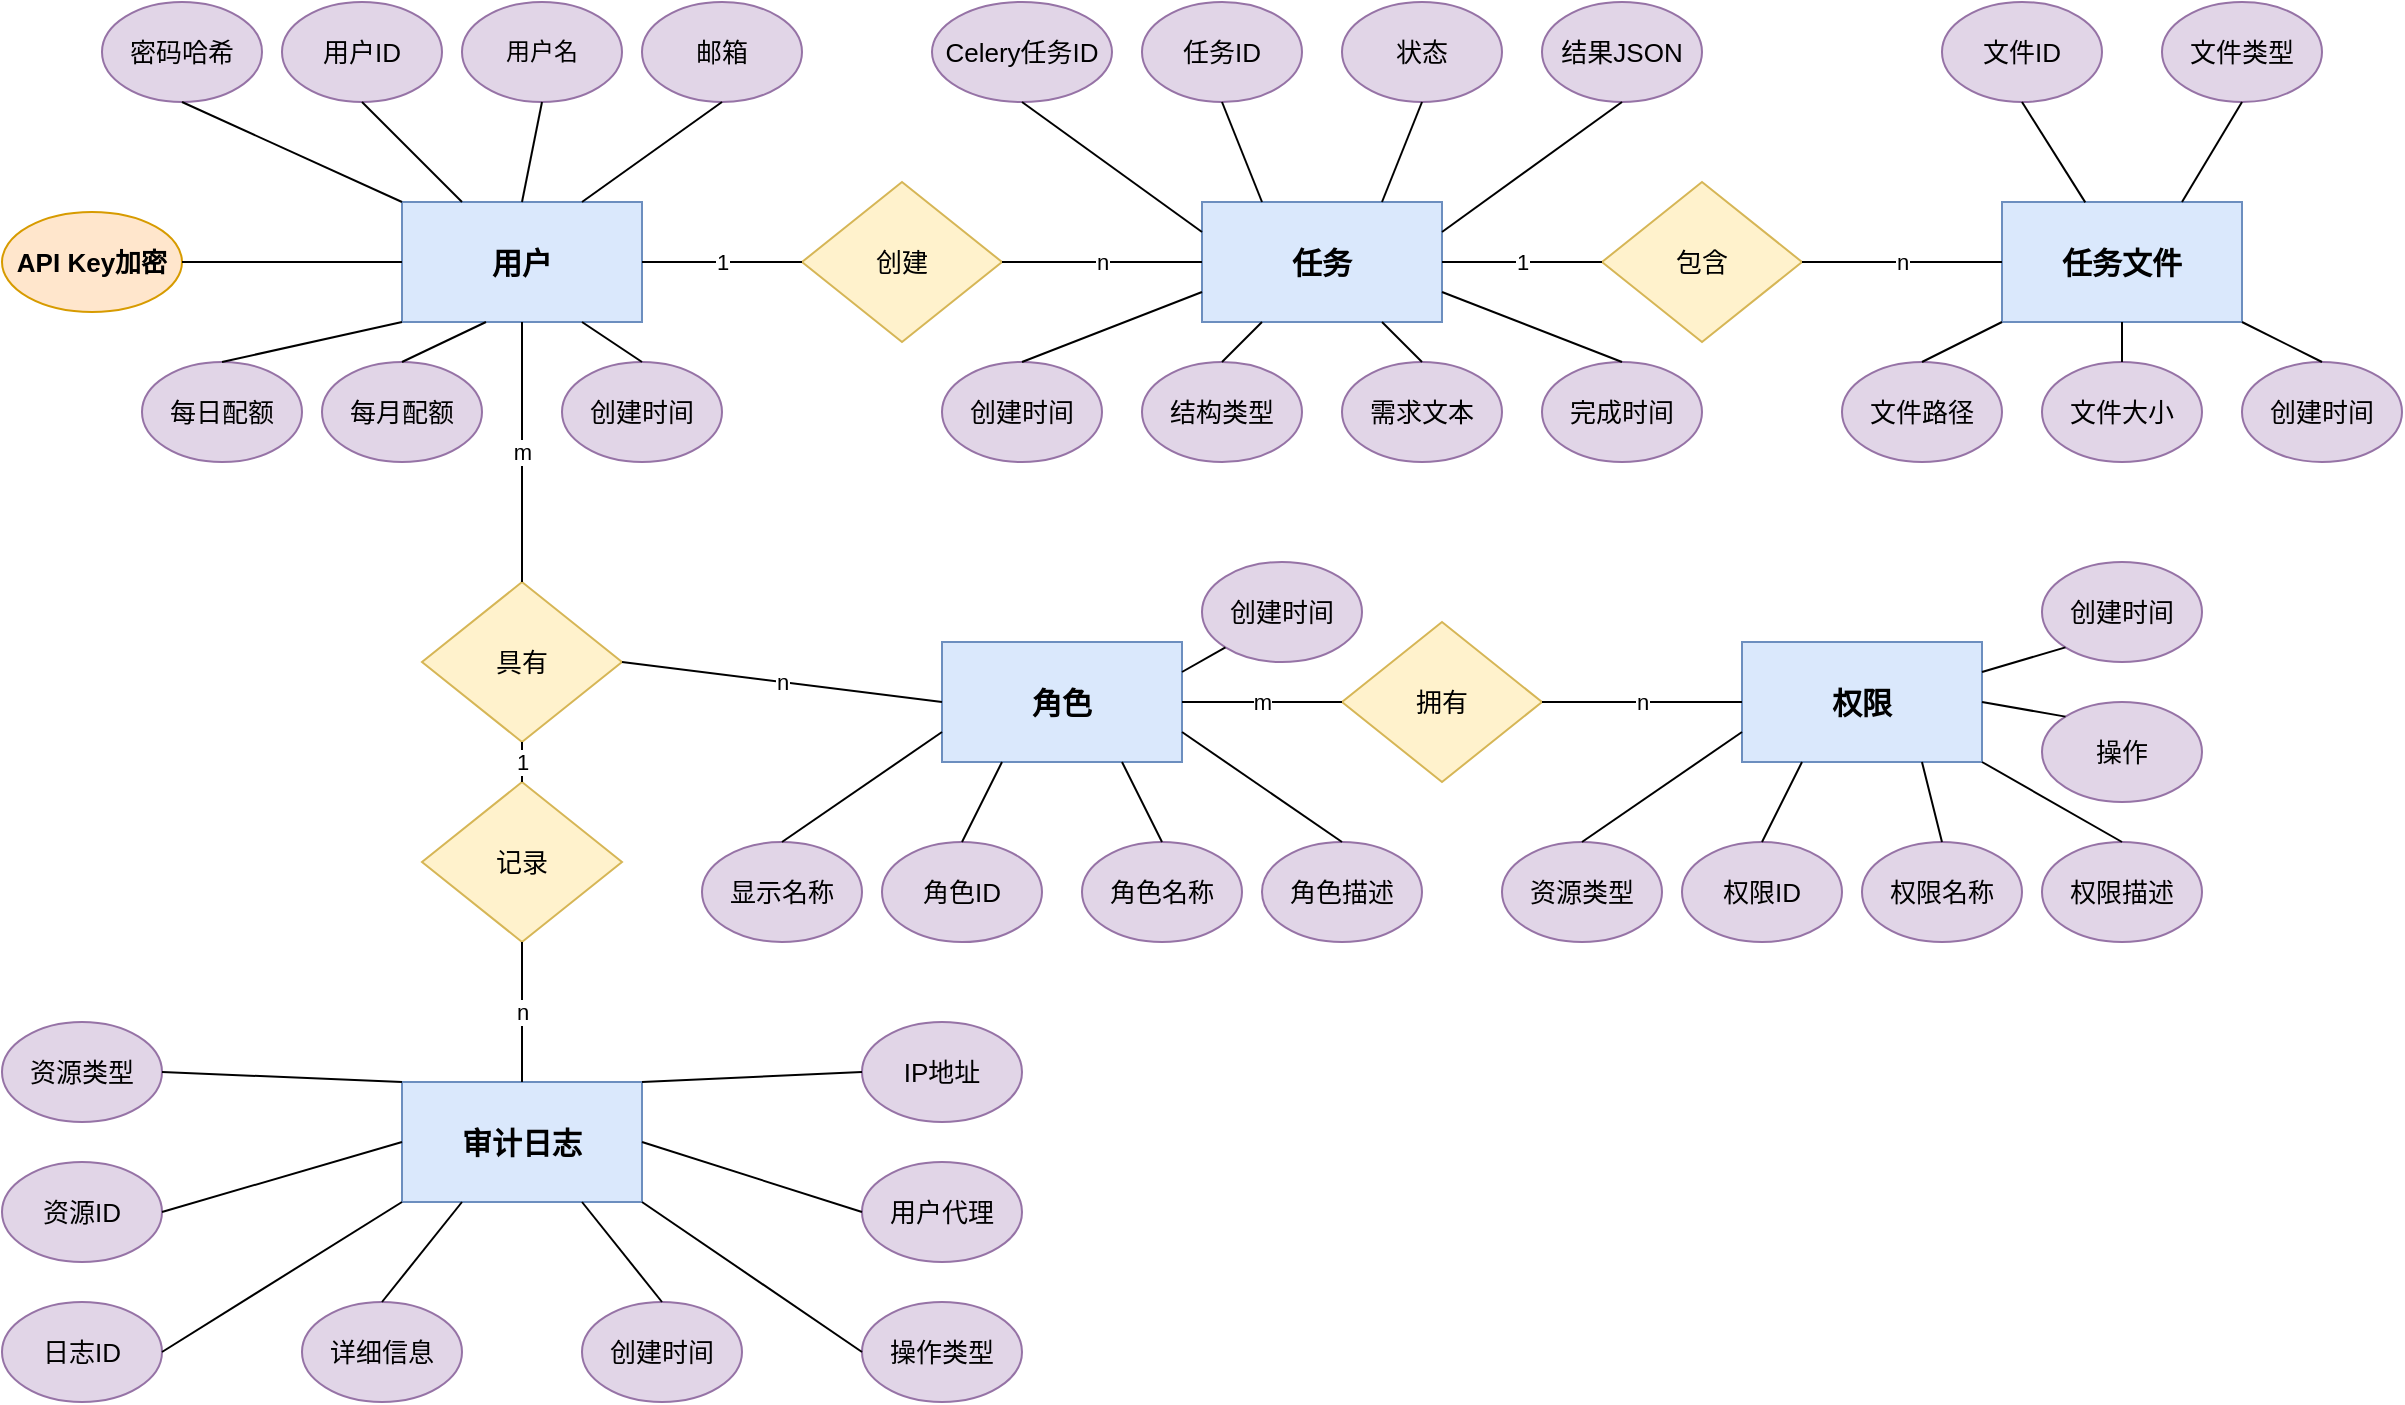
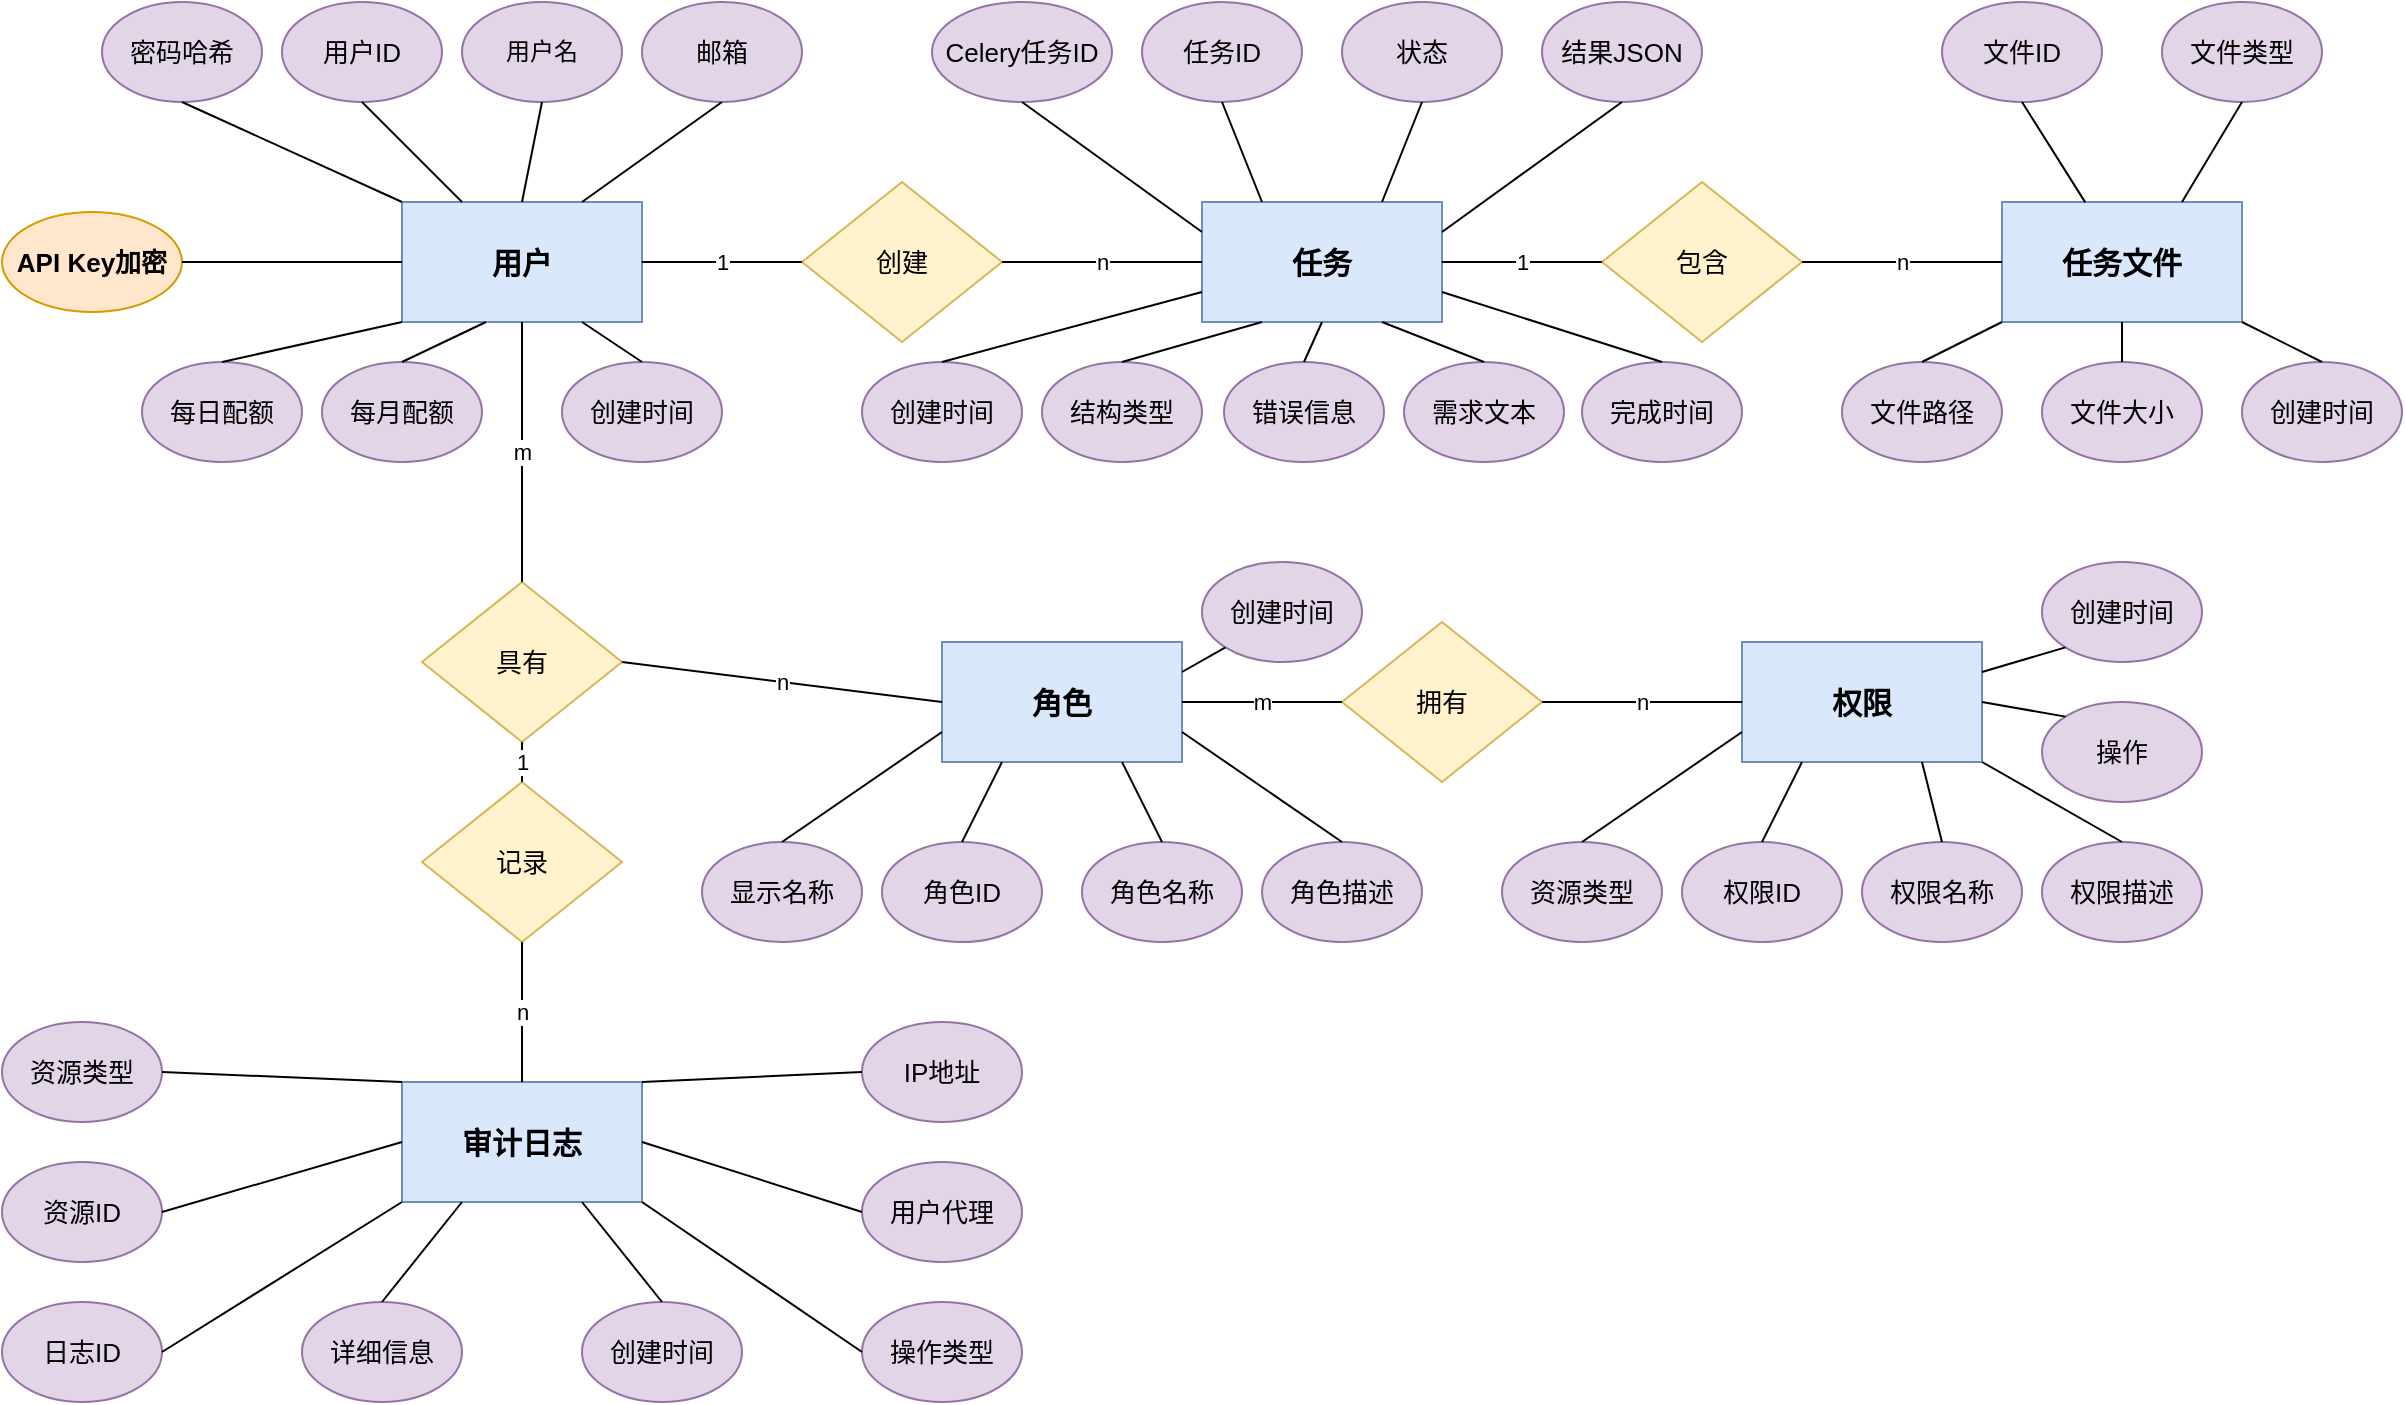
<mxfile host="app.diagrams.net" agent="Claude">
  <diagram name="数据库ER图" id="er-diagram">
-     <mxGraphModel dx="1334" dy="873" grid="0" gridSize="10" guides="1" tooltips="1" connect="1" arrows="1" fold="1" page="1" pageScale="1" pageWidth="3000" pageHeight="2000" math="0" shadow="0">
+     <mxGraphModel dx="1245" dy="817" grid="0" gridSize="10" guides="1" tooltips="1" connect="1" arrows="1" fold="1" page="1" pageScale="1" pageWidth="3000" pageHeight="2000" math="0" shadow="0">
      <root>
        <mxCell id="0" />
        <mxCell id="1" parent="0" />
        <mxCell id="entity-users" parent="1" style="rounded=0;whiteSpace=wrap;html=1;fillColor=#dae8fc;strokeColor=#6c8ebf;fontSize=14;fontStyle=1" value="&lt;font style=&quot;font-size: 15px;&quot;&gt;用户&lt;/font&gt;" vertex="1">
          <mxGeometry height="60" width="120" x="400" y="200" as="geometry" />
        </mxCell>
        <mxCell id="entity-tasks" parent="1" style="rounded=0;whiteSpace=wrap;html=1;fillColor=#dae8fc;strokeColor=#6c8ebf;fontSize=14;fontStyle=1" value="&lt;font style=&quot;font-size: 15px;&quot;&gt;任务&lt;/font&gt;" vertex="1">
          <mxGeometry height="60" width="120" x="800" y="200" as="geometry" />
        </mxCell>
        <mxCell id="entity-task-files" parent="1" style="rounded=0;whiteSpace=wrap;html=1;fillColor=#dae8fc;strokeColor=#6c8ebf;fontSize=14;fontStyle=1" value="&lt;font style=&quot;font-size: 15px;&quot;&gt;任务文件&lt;/font&gt;" vertex="1">
          <mxGeometry height="60" width="120" x="1200" y="200" as="geometry" />
        </mxCell>
        <mxCell id="entity-roles" parent="1" style="rounded=0;whiteSpace=wrap;html=1;fillColor=#dae8fc;strokeColor=#6c8ebf;fontSize=14;fontStyle=1" value="&lt;font style=&quot;font-size: 15px;&quot;&gt;角色&lt;/font&gt;" vertex="1">
          <mxGeometry height="60" width="120" x="670" y="420" as="geometry" />
        </mxCell>
        <mxCell id="entity-permissions" parent="1" style="rounded=0;whiteSpace=wrap;html=1;fillColor=#dae8fc;strokeColor=#6c8ebf;fontSize=14;fontStyle=1" value="&lt;font style=&quot;font-size: 15px;&quot;&gt;权限&lt;/font&gt;" vertex="1">
          <mxGeometry height="60" width="120" x="1070" y="420" as="geometry" />
        </mxCell>
        <mxCell id="entity-audit-logs" parent="1" style="rounded=0;whiteSpace=wrap;html=1;fillColor=#dae8fc;strokeColor=#6c8ebf;fontSize=14;fontStyle=1" value="&lt;font style=&quot;font-size: 15px;&quot;&gt;审计日志&lt;/font&gt;" vertex="1">
          <mxGeometry height="60" width="120" x="400" y="640" as="geometry" />
        </mxCell>
        <mxCell id="rel-creates" parent="1" style="rhombus;whiteSpace=wrap;html=1;fillColor=#fff2cc;strokeColor=#d6b656;fontSize=12" value="&lt;font style=&quot;font-size: 13px;&quot;&gt;创建&lt;/font&gt;" vertex="1">
          <mxGeometry height="80" width="100" x="600" y="190" as="geometry" />
        </mxCell>
        <mxCell id="edge-user-creates" edge="1" parent="1" source="entity-users" style="endArrow=none;html=1;rounded=0;exitX=1;exitY=0.5;exitDx=0;exitDy=0;entryX=0;entryY=0.5;entryDx=0;entryDy=0;" target="rel-creates" value="1">
          <mxGeometry relative="1" as="geometry" />
        </mxCell>
        <mxCell id="edge-creates-task" edge="1" parent="1" source="rel-creates" style="endArrow=none;html=1;rounded=0;exitX=1;exitY=0.5;exitDx=0;exitDy=0;entryX=0;entryY=0.5;entryDx=0;entryDy=0;" target="entity-tasks" value="n">
          <mxGeometry relative="1" as="geometry" />
        </mxCell>
        <mxCell id="rel-contains" parent="1" style="rhombus;whiteSpace=wrap;html=1;fillColor=#fff2cc;strokeColor=#d6b656;fontSize=12" value="&lt;font style=&quot;font-size: 13px;&quot;&gt;包含&lt;/font&gt;" vertex="1">
          <mxGeometry height="80" width="100" x="1000" y="190" as="geometry" />
        </mxCell>
        <mxCell id="edge-task-contains" edge="1" parent="1" source="entity-tasks" style="endArrow=none;html=1;rounded=0;exitX=1;exitY=0.5;exitDx=0;exitDy=0;entryX=0;entryY=0.5;entryDx=0;entryDy=0;" target="rel-contains" value="1">
          <mxGeometry relative="1" as="geometry" />
        </mxCell>
        <mxCell id="edge-contains-file" edge="1" parent="1" source="rel-contains" style="endArrow=none;html=1;rounded=0;exitX=1;exitY=0.5;exitDx=0;exitDy=0;entryX=0;entryY=0.5;entryDx=0;entryDy=0;" target="entity-task-files" value="n">
          <mxGeometry relative="1" as="geometry" />
        </mxCell>
        <mxCell id="rel-has-role" parent="1" style="rhombus;whiteSpace=wrap;html=1;fillColor=#fff2cc;strokeColor=#d6b656;fontSize=12" value="&lt;font style=&quot;font-size: 13px;&quot;&gt;具有&lt;/font&gt;" vertex="1">
          <mxGeometry height="80" width="100" x="410" y="390" as="geometry" />
        </mxCell>
        <mxCell id="edge-user-has-role" edge="1" parent="1" source="entity-users" style="endArrow=none;html=1;rounded=0;exitX=0.5;exitY=1;exitDx=0;exitDy=0;entryX=0.5;entryY=0;entryDx=0;entryDy=0;" target="rel-has-role" value="m">
          <mxGeometry relative="1" as="geometry" />
        </mxCell>
        <mxCell id="edge-has-role-role" edge="1" parent="1" source="rel-has-role" style="endArrow=none;html=1;rounded=0;exitX=1;exitY=0.5;exitDx=0;exitDy=0;entryX=0;entryY=0.5;entryDx=0;entryDy=0;" target="entity-roles" value="n">
          <mxGeometry relative="1" as="geometry" />
        </mxCell>
        <mxCell id="rel-has-perm" parent="1" style="rhombus;whiteSpace=wrap;html=1;fillColor=#fff2cc;strokeColor=#d6b656;fontSize=12" value="&lt;font style=&quot;font-size: 13px;&quot;&gt;拥有&lt;/font&gt;" vertex="1">
          <mxGeometry height="80" width="100" x="870" y="410" as="geometry" />
        </mxCell>
        <mxCell id="edge-role-has-perm" edge="1" parent="1" source="entity-roles" style="endArrow=none;html=1;rounded=0;exitX=1;exitY=0.5;exitDx=0;exitDy=0;entryX=0;entryY=0.5;entryDx=0;entryDy=0;" target="rel-has-perm" value="m">
          <mxGeometry relative="1" as="geometry" />
        </mxCell>
        <mxCell id="edge-has-perm-perm" edge="1" parent="1" source="rel-has-perm" style="endArrow=none;html=1;rounded=0;exitX=1;exitY=0.5;exitDx=0;exitDy=0;entryX=0;entryY=0.5;entryDx=0;entryDy=0;" target="entity-permissions" value="n">
          <mxGeometry relative="1" as="geometry" />
        </mxCell>
        <mxCell id="rel-logs" parent="1" style="rhombus;whiteSpace=wrap;html=1;fillColor=#fff2cc;strokeColor=#d6b656;fontSize=12" value="&lt;font style=&quot;font-size: 13px;&quot;&gt;记录&lt;/font&gt;" vertex="1">
          <mxGeometry height="80" width="100" x="410" y="490" as="geometry" />
        </mxCell>
        <mxCell id="edge-user-logs" edge="1" parent="1" source="rel-has-role" style="endArrow=none;html=1;rounded=0;exitX=0.5;exitY=1;exitDx=0;exitDy=0;entryX=0.5;entryY=0;entryDx=0;entryDy=0;" target="rel-logs" value="1">
          <mxGeometry relative="1" as="geometry">
            <mxPoint x="460" y="470" as="sourcePoint" />
          </mxGeometry>
        </mxCell>
        <mxCell id="edge-logs-audit" edge="1" parent="1" source="rel-logs" style="endArrow=none;html=1;rounded=0;exitX=0.5;exitY=1;exitDx=0;exitDy=0;entryX=0.5;entryY=0;entryDx=0;entryDy=0;" target="entity-audit-logs" value="n">
          <mxGeometry relative="1" as="geometry" />
        </mxCell>
        <mxCell id="attr-user-id" parent="1" style="ellipse;whiteSpace=wrap;html=1;fillColor=#e1d5e7;strokeColor=#9673a6;fontSize=10" value="&lt;font style=&quot;font-size: 13px;&quot;&gt;用户ID&lt;/font&gt;" vertex="1">
          <mxGeometry height="50" width="80" x="340" y="100" as="geometry" />
        </mxCell>
        <mxCell id="edge-user-id" edge="1" parent="1" source="attr-user-id" style="endArrow=none;html=1;rounded=0;exitX=0.5;exitY=1;exitDx=0;exitDy=0;entryX=0.25;entryY=0;entryDx=0;entryDy=0;" target="entity-users">
          <mxGeometry relative="1" as="geometry" />
        </mxCell>
        <mxCell id="attr-username" parent="1" style="ellipse;whiteSpace=wrap;html=1;fillColor=#e1d5e7;strokeColor=#9673a6;fontSize=10" value="&lt;font style=&quot;font-size: 12px;&quot;&gt;用户名&lt;/font&gt;" vertex="1">
          <mxGeometry height="50" width="80" x="430" y="100" as="geometry" />
        </mxCell>
        <mxCell id="edge-username" edge="1" parent="1" source="attr-username" style="endArrow=none;html=1;rounded=0;exitX=0.5;exitY=1;exitDx=0;exitDy=0;entryX=0.5;entryY=0;entryDx=0;entryDy=0;" target="entity-users">
          <mxGeometry relative="1" as="geometry" />
        </mxCell>
        <mxCell id="attr-email" parent="1" style="ellipse;whiteSpace=wrap;html=1;fillColor=#e1d5e7;strokeColor=#9673a6;fontSize=10" value="&lt;font style=&quot;font-size: 13px;&quot;&gt;邮箱&lt;/font&gt;" vertex="1">
          <mxGeometry height="50" width="80" x="520" y="100" as="geometry" />
        </mxCell>
        <mxCell id="edge-email" edge="1" parent="1" source="attr-email" style="endArrow=none;html=1;rounded=0;exitX=0.5;exitY=1;exitDx=0;exitDy=0;entryX=0.75;entryY=0;entryDx=0;entryDy=0;" target="entity-users">
          <mxGeometry relative="1" as="geometry" />
        </mxCell>
        <mxCell id="attr-password" parent="1" style="ellipse;whiteSpace=wrap;html=1;fillColor=#e1d5e7;strokeColor=#9673a6;fontSize=10" value="&lt;font style=&quot;font-size: 13px;&quot;&gt;密码哈希&lt;/font&gt;" vertex="1">
          <mxGeometry height="50" width="80" x="250" y="100" as="geometry" />
        </mxCell>
        <mxCell id="edge-password" edge="1" parent="1" source="attr-password" style="endArrow=none;html=1;rounded=0;exitX=0.5;exitY=1;exitDx=0;exitDy=0;entryX=0;entryY=0;entryDx=0;entryDy=0;" target="entity-users">
          <mxGeometry relative="1" as="geometry" />
        </mxCell>
        <mxCell id="attr-api-key" parent="1" style="ellipse;whiteSpace=wrap;html=1;fillColor=#ffe6cc;strokeColor=#d79b00;fontSize=10;fontStyle=1" value="&lt;font style=&quot;font-size: 13px;&quot;&gt;API Key加密&lt;/font&gt;" vertex="1">
          <mxGeometry height="50" width="90" x="200" y="205" as="geometry" />
        </mxCell>
        <mxCell id="edge-api-key" edge="1" parent="1" source="attr-api-key" style="endArrow=none;html=1;rounded=0;exitX=1;exitY=0.5;exitDx=0;exitDy=0;entryX=0;entryY=0.5;entryDx=0;entryDy=0;" target="entity-users">
          <mxGeometry relative="1" as="geometry" />
        </mxCell>
        <mxCell id="attr-user-created" parent="1" style="ellipse;whiteSpace=wrap;html=1;fillColor=#e1d5e7;strokeColor=#9673a6;fontSize=10" value="&lt;font style=&quot;font-size: 13px;&quot;&gt;创建时间&lt;/font&gt;" vertex="1">
          <mxGeometry height="50" width="80" x="480" y="280" as="geometry" />
        </mxCell>
        <mxCell id="edge-user-created" edge="1" parent="1" source="attr-user-created" style="endArrow=none;html=1;rounded=0;exitX=0.5;exitY=0;exitDx=0;exitDy=0;entryX=0.75;entryY=1;entryDx=0;entryDy=0;" target="entity-users">
          <mxGeometry relative="1" as="geometry" />
        </mxCell>
        <mxCell id="attr-quota-daily" parent="1" style="ellipse;whiteSpace=wrap;html=1;fillColor=#e1d5e7;strokeColor=#9673a6;fontSize=10;align=center;verticalAlign=middle;fontFamily=Helvetica;fontColor=default;" value="&lt;font style=&quot;font-size: 13px;&quot;&gt;每日配额&lt;/font&gt;" vertex="1">
          <mxGeometry height="50" width="80" x="270" y="280" as="geometry" />
        </mxCell>
        <mxCell id="edge-quota-daily" edge="1" parent="1" source="attr-quota-daily" style="endArrow=none;html=1;rounded=0;exitX=0.5;exitY=0;exitDx=0;exitDy=0;">
          <mxGeometry relative="1" as="geometry">
            <mxPoint x="400" y="260" as="targetPoint" />
          </mxGeometry>
        </mxCell>
        <mxCell id="attr-quota-monthly" parent="1" style="ellipse;whiteSpace=wrap;html=1;fillColor=#e1d5e7;strokeColor=#9673a6;fontSize=10;fontFamily=Helvetica;fontColor=default;fontStyle=0;align=center;verticalAlign=middle;" value="&lt;font style=&quot;font-size: 13px;&quot;&gt;每月配额&lt;/font&gt;" vertex="1">
          <mxGeometry height="50" width="80" x="360" y="280" as="geometry" />
        </mxCell>
        <mxCell id="edge-quota-monthly" edge="1" parent="1" source="attr-quota-monthly" style="endArrow=none;html=1;rounded=0;exitX=0.5;exitY=0;exitDx=0;exitDy=0;entryX=0.35;entryY=1;entryDx=0;entryDy=0;" target="entity-users">
          <mxGeometry relative="1" as="geometry" />
        </mxCell>
        <mxCell id="attr-celery-id" parent="1" style="ellipse;whiteSpace=wrap;html=1;fillColor=#e1d5e7;strokeColor=#9673a6;fontSize=10;fontFamily=Helvetica;fontColor=default;fontStyle=0;align=center;verticalAlign=middle;" value="&lt;font style=&quot;font-size: 13px;&quot;&gt;Celery任务ID&lt;/font&gt;" vertex="1">
          <mxGeometry height="50" width="90" x="665" y="100" as="geometry" />
        </mxCell>
        <mxCell id="edge-celery-id" edge="1" parent="1" source="attr-celery-id" style="endArrow=none;html=1;rounded=0;exitX=0.5;exitY=1;exitDx=0;exitDy=0;entryX=0;entryY=0.25;entryDx=0;entryDy=0;" target="entity-tasks">
          <mxGeometry relative="1" as="geometry" />
        </mxCell>
        <mxCell id="attr-task-created" parent="1" style="ellipse;whiteSpace=wrap;html=1;fillColor=#e1d5e7;strokeColor=#9673a6;fontSize=10" value="&lt;font style=&quot;font-size: 13px;&quot;&gt;创建时间&lt;/font&gt;" vertex="1">
-           <mxGeometry height="50" width="80" x="670" y="280" as="geometry" />
+           <mxGeometry height="50" width="80" x="630" y="280" as="geometry" />
        </mxCell>
        <mxCell id="edge-task-created" edge="1" parent="1" source="attr-task-created" style="endArrow=none;html=1;rounded=0;exitX=0.5;exitY=0;exitDx=0;exitDy=0;entryX=0;entryY=0.75;entryDx=0;entryDy=0;" target="entity-tasks">
          <mxGeometry relative="1" as="geometry" />
        </mxCell>
        <mxCell id="attr-completed-at" parent="1" style="ellipse;whiteSpace=wrap;html=1;fillColor=#e1d5e7;strokeColor=#9673a6;fontSize=10" value="&lt;font style=&quot;font-size: 13px;&quot;&gt;完成时间&lt;/font&gt;" vertex="1">
-           <mxGeometry height="50" width="80" x="970" y="280" as="geometry" />
+           <mxGeometry height="50" width="80" x="990" y="280" as="geometry" />
        </mxCell>
        <mxCell id="edge-completed-at" edge="1" parent="1" source="attr-completed-at" style="endArrow=none;html=1;rounded=0;exitX=0.5;exitY=0;exitDx=0;exitDy=0;entryX=1;entryY=0.75;entryDx=0;entryDy=0;" target="entity-tasks">
          <mxGeometry relative="1" as="geometry" />
        </mxCell>
        <mxCell id="attr-result-json" parent="1" style="ellipse;whiteSpace=wrap;html=1;fillColor=#e1d5e7;strokeColor=#9673a6;fontSize=10" value="&lt;font style=&quot;font-size: 13px;&quot;&gt;结果JSON&lt;/font&gt;" vertex="1">
          <mxGeometry height="50" width="80" x="970" y="100" as="geometry" />
        </mxCell>
        <mxCell id="edge-result-json" edge="1" parent="1" source="attr-result-json" style="endArrow=none;html=1;rounded=0;exitX=0.5;exitY=1;exitDx=0;exitDy=0;entryX=1;entryY=0.25;entryDx=0;entryDy=0;" target="entity-tasks">
          <mxGeometry relative="1" as="geometry" />
        </mxCell>
        <mxCell id="attr-file-created" parent="1" style="ellipse;whiteSpace=wrap;html=1;fillColor=#e1d5e7;strokeColor=#9673a6;fontSize=10" value="&lt;font style=&quot;font-size: 13px;&quot;&gt;创建时间&lt;/font&gt;" vertex="1">
          <mxGeometry height="50" width="80" x="1320" y="280" as="geometry" />
        </mxCell>
        <mxCell id="edge-file-created" edge="1" parent="1" source="attr-file-created" style="endArrow=none;html=1;rounded=0;exitX=0.5;exitY=0;exitDx=0;exitDy=0;entryX=1;entryY=1;entryDx=0;entryDy=0;" target="entity-task-files">
          <mxGeometry relative="1" as="geometry" />
        </mxCell>
        <mxCell id="attr-role-display" parent="1" style="ellipse;whiteSpace=wrap;html=1;fillColor=#e1d5e7;strokeColor=#9673a6;fontSize=10" value="&lt;font style=&quot;font-size: 13px;&quot;&gt;显示名称&lt;/font&gt;" vertex="1">
          <mxGeometry height="50" width="80" x="550" y="520" as="geometry" />
        </mxCell>
        <mxCell id="edge-role-display" edge="1" parent="1" source="attr-role-display" style="endArrow=none;html=1;rounded=0;exitX=0.5;exitY=0;exitDx=0;exitDy=0;entryX=0;entryY=0.75;entryDx=0;entryDy=0;" target="entity-roles">
          <mxGeometry relative="1" as="geometry" />
        </mxCell>
        <mxCell id="attr-role-desc" parent="1" style="ellipse;whiteSpace=wrap;html=1;fillColor=#e1d5e7;strokeColor=#9673a6;fontSize=10" value="&lt;font style=&quot;font-size: 13px;&quot;&gt;角色描述&lt;/font&gt;" vertex="1">
          <mxGeometry height="50" width="80" x="830" y="520" as="geometry" />
        </mxCell>
        <mxCell id="edge-role-desc" edge="1" parent="1" source="attr-role-desc" style="endArrow=none;html=1;rounded=0;exitX=0.5;exitY=0;exitDx=0;exitDy=0;entryX=1;entryY=0.75;entryDx=0;entryDy=0;" target="entity-roles">
          <mxGeometry relative="1" as="geometry" />
        </mxCell>
        <mxCell id="attr-role-created" parent="1" style="ellipse;whiteSpace=wrap;html=1;fillColor=#e1d5e7;strokeColor=#9673a6;fontSize=10" value="&lt;font style=&quot;font-size: 13px;&quot;&gt;创建时间&lt;/font&gt;" vertex="1">
          <mxGeometry height="50" width="80" x="800" y="380" as="geometry" />
        </mxCell>
        <mxCell id="edge-role-created" edge="1" parent="1" source="attr-role-created" style="endArrow=none;html=1;rounded=0;exitX=0;exitY=1;exitDx=0;exitDy=0;entryX=1;entryY=0.25;entryDx=0;entryDy=0;" target="entity-roles">
          <mxGeometry relative="1" as="geometry" />
        </mxCell>
        <mxCell id="attr-perm-resource" parent="1" style="ellipse;whiteSpace=wrap;html=1;fillColor=#e1d5e7;strokeColor=#9673a6;fontSize=10" value="&lt;font style=&quot;font-size: 13px;&quot;&gt;资源类型&lt;/font&gt;" vertex="1">
          <mxGeometry height="50" width="80" x="950" y="520" as="geometry" />
        </mxCell>
        <mxCell id="edge-perm-resource" edge="1" parent="1" source="attr-perm-resource" style="endArrow=none;html=1;rounded=0;exitX=0.5;exitY=0;exitDx=0;exitDy=0;entryX=0;entryY=0.75;entryDx=0;entryDy=0;" target="entity-permissions">
          <mxGeometry relative="1" as="geometry" />
        </mxCell>
        <mxCell id="attr-perm-desc" parent="1" style="ellipse;whiteSpace=wrap;html=1;fillColor=#e1d5e7;strokeColor=#9673a6;fontSize=10" value="&lt;font style=&quot;font-size: 13px;&quot;&gt;权限描述&lt;/font&gt;" vertex="1">
          <mxGeometry height="50" width="80" x="1220" y="520" as="geometry" />
        </mxCell>
        <mxCell id="edge-perm-desc" edge="1" parent="1" source="attr-perm-desc" style="endArrow=none;html=1;rounded=0;exitX=0.5;exitY=0;exitDx=0;exitDy=0;entryX=1;entryY=1;entryDx=0;entryDy=0;" target="entity-permissions">
          <mxGeometry relative="1" as="geometry" />
        </mxCell>
        <mxCell id="attr-perm-created" parent="1" style="ellipse;whiteSpace=wrap;html=1;fillColor=#e1d5e7;strokeColor=#9673a6;fontSize=10" value="&lt;font style=&quot;font-size: 13px;&quot;&gt;创建时间&lt;/font&gt;" vertex="1">
          <mxGeometry height="50" width="80" x="1220" y="380" as="geometry" />
        </mxCell>
        <mxCell id="edge-perm-created" edge="1" parent="1" source="attr-perm-created" style="endArrow=none;html=1;rounded=0;exitX=0;exitY=1;exitDx=0;exitDy=0;entryX=1;entryY=0.25;entryDx=0;entryDy=0;" target="entity-permissions">
          <mxGeometry relative="1" as="geometry" />
        </mxCell>
        <mxCell id="attr-perm-action" parent="1" style="ellipse;whiteSpace=wrap;html=1;fillColor=#e1d5e7;strokeColor=#9673a6;fontSize=10" value="&lt;font style=&quot;font-size: 13px;&quot;&gt;操作&lt;/font&gt;" vertex="1">
          <mxGeometry height="50" width="80" x="1220" y="450" as="geometry" />
        </mxCell>
        <mxCell id="edge-perm-action" edge="1" parent="1" source="attr-perm-action" style="endArrow=none;html=1;rounded=0;exitX=0;exitY=0;exitDx=0;exitDy=0;entryX=1;entryY=0.5;entryDx=0;entryDy=0;" target="entity-permissions">
          <mxGeometry relative="1" as="geometry" />
        </mxCell>
        <mxCell id="attr-log-resource-id" parent="1" style="ellipse;whiteSpace=wrap;html=1;fillColor=#e1d5e7;strokeColor=#9673a6;fontSize=10" value="&lt;font style=&quot;font-size: 13px;&quot;&gt;资源ID&lt;/font&gt;" vertex="1">
          <mxGeometry height="50" width="80" x="200" y="680" as="geometry" />
        </mxCell>
        <mxCell id="edge-log-resource-id" edge="1" parent="1" source="attr-log-resource-id" style="endArrow=none;html=1;rounded=0;exitX=1;exitY=0.5;exitDx=0;exitDy=0;entryX=0;entryY=0.5;entryDx=0;entryDy=0;" target="entity-audit-logs">
          <mxGeometry relative="1" as="geometry" />
        </mxCell>
        <mxCell id="attr-log-user-agent" parent="1" style="ellipse;whiteSpace=wrap;html=1;fillColor=#e1d5e7;strokeColor=#9673a6;fontSize=10" value="&lt;font style=&quot;font-size: 13px;&quot;&gt;用户代理&lt;/font&gt;" vertex="1">
          <mxGeometry height="50" width="80" x="630" y="680" as="geometry" />
        </mxCell>
        <mxCell id="edge-log-user-agent" edge="1" parent="1" source="attr-log-user-agent" style="endArrow=none;html=1;rounded=0;exitX=0;exitY=0.5;exitDx=0;exitDy=0;entryX=1;entryY=0.5;entryDx=0;entryDy=0;" target="entity-audit-logs">
          <mxGeometry relative="1" as="geometry" />
        </mxCell>
        <mxCell id="attr-log-details" parent="1" style="ellipse;whiteSpace=wrap;html=1;fillColor=#e1d5e7;strokeColor=#9673a6;fontSize=10" value="&lt;font style=&quot;font-size: 13px;&quot;&gt;详细信息&lt;/font&gt;" vertex="1">
          <mxGeometry height="50" width="80" x="350" y="750" as="geometry" />
        </mxCell>
        <mxCell id="edge-log-details" edge="1" parent="1" source="attr-log-details" style="endArrow=none;html=1;rounded=0;exitX=0.5;exitY=0;exitDx=0;exitDy=0;entryX=0.25;entryY=1;entryDx=0;entryDy=0;" target="entity-audit-logs">
          <mxGeometry relative="1" as="geometry" />
        </mxCell>
        <mxCell id="attr-log-created" parent="1" style="ellipse;whiteSpace=wrap;html=1;fillColor=#e1d5e7;strokeColor=#9673a6;fontSize=10" value="&lt;font style=&quot;font-size: 13px;&quot;&gt;创建时间&lt;/font&gt;" vertex="1">
          <mxGeometry height="50" width="80" x="490" y="750" as="geometry" />
        </mxCell>
        <mxCell id="edge-log-created" edge="1" parent="1" source="attr-log-created" style="endArrow=none;html=1;rounded=0;exitX=0.5;exitY=0;exitDx=0;exitDy=0;entryX=0.75;entryY=1;entryDx=0;entryDy=0;" target="entity-audit-logs">
          <mxGeometry relative="1" as="geometry" />
        </mxCell>
        <mxCell id="attr-log-resource" parent="1" style="ellipse;whiteSpace=wrap;html=1;fillColor=#e1d5e7;strokeColor=#9673a6;fontSize=10" value="&lt;font style=&quot;font-size: 13px;&quot;&gt;资源类型&lt;/font&gt;" vertex="1">
          <mxGeometry height="50" width="80" x="200" y="610" as="geometry" />
        </mxCell>
        <mxCell id="edge-log-resource" edge="1" parent="1" source="attr-log-resource" style="endArrow=none;html=1;rounded=0;exitX=1;exitY=0.5;exitDx=0;exitDy=0;entryX=0;entryY=0;entryDx=0;entryDy=0;" target="entity-audit-logs">
          <mxGeometry relative="1" as="geometry" />
        </mxCell>
        <mxCell id="attr-log-ip" parent="1" style="ellipse;whiteSpace=wrap;html=1;fillColor=#e1d5e7;strokeColor=#9673a6;fontSize=10" value="&lt;font style=&quot;font-size: 13px;&quot;&gt;IP地址&lt;/font&gt;" vertex="1">
          <mxGeometry height="50" width="80" x="630" y="610" as="geometry" />
        </mxCell>
        <mxCell id="edge-log-ip" edge="1" parent="1" source="attr-log-ip" style="endArrow=none;html=1;rounded=0;exitX=0;exitY=0.5;exitDx=0;exitDy=0;entryX=1;entryY=0;entryDx=0;entryDy=0;" target="entity-audit-logs">
          <mxGeometry relative="1" as="geometry" />
        </mxCell>
        <mxCell id="attr-task-id" parent="1" style="ellipse;whiteSpace=wrap;html=1;fillColor=#e1d5e7;strokeColor=#9673a6;fontSize=10" value="&lt;font style=&quot;font-size: 13px;&quot;&gt;任务ID&lt;/font&gt;" vertex="1">
          <mxGeometry height="50" width="80" x="770" y="100" as="geometry" />
        </mxCell>
        <mxCell id="edge-task-id" edge="1" parent="1" source="attr-task-id" style="endArrow=none;html=1;rounded=0;exitX=0.5;exitY=1;exitDx=0;exitDy=0;entryX=0.25;entryY=0;entryDx=0;entryDy=0;" target="entity-tasks">
          <mxGeometry relative="1" as="geometry" />
        </mxCell>
        <mxCell id="attr-status" parent="1" style="ellipse;whiteSpace=wrap;html=1;fillColor=#e1d5e7;strokeColor=#9673a6;fontSize=10" value="&lt;font style=&quot;font-size: 13px;&quot;&gt;状态&lt;/font&gt;" vertex="1">
          <mxGeometry height="50" width="80" x="870" y="100" as="geometry" />
        </mxCell>
        <mxCell id="edge-status" edge="1" parent="1" source="attr-status" style="endArrow=none;html=1;rounded=0;exitX=0.5;exitY=1;exitDx=0;exitDy=0;entryX=0.75;entryY=0;entryDx=0;entryDy=0;" target="entity-tasks">
          <mxGeometry relative="1" as="geometry" />
        </mxCell>
        <mxCell id="attr-structure-type" parent="1" style="ellipse;whiteSpace=wrap;html=1;fillColor=#e1d5e7;strokeColor=#9673a6;fontSize=10" value="&lt;font style=&quot;font-size: 13px;&quot;&gt;结构类型&lt;/font&gt;" vertex="1">
-           <mxGeometry height="50" width="80" x="770" y="280" as="geometry" />
+           <mxGeometry height="50" width="80" x="720" y="280" as="geometry" />
        </mxCell>
        <mxCell id="edge-structure-type" edge="1" parent="1" source="attr-structure-type" style="endArrow=none;html=1;rounded=0;exitX=0.5;exitY=0;exitDx=0;exitDy=0;entryX=0.25;entryY=1;entryDx=0;entryDy=0;" target="entity-tasks">
          <mxGeometry relative="1" as="geometry" />
        </mxCell>
        <mxCell id="attr-request-text" parent="1" style="ellipse;whiteSpace=wrap;html=1;fillColor=#e1d5e7;strokeColor=#9673a6;fontSize=10" value="&lt;font style=&quot;font-size: 13px;&quot;&gt;需求文本&lt;/font&gt;" vertex="1">
-           <mxGeometry height="50" width="80" x="870" y="280" as="geometry" />
+           <mxGeometry height="50" width="80" x="901" y="280" as="geometry" />
        </mxCell>
        <mxCell id="edge-request-text" edge="1" parent="1" source="attr-request-text" style="endArrow=none;html=1;rounded=0;exitX=0.5;exitY=0;exitDx=0;exitDy=0;entryX=0.75;entryY=1;entryDx=0;entryDy=0;" target="entity-tasks">
          <mxGeometry relative="1" as="geometry" />
        </mxCell>
        <mxCell id="attr-file-id" parent="1" style="ellipse;whiteSpace=wrap;html=1;fillColor=#e1d5e7;strokeColor=#9673a6;fontSize=10" value="&lt;font style=&quot;font-size: 13px;&quot;&gt;文件ID&lt;/font&gt;" vertex="1">
          <mxGeometry height="50" width="80" x="1170" y="100" as="geometry" />
        </mxCell>
        <mxCell id="edge-file-id" edge="1" parent="1" source="attr-file-id" style="endArrow=none;html=1;rounded=0;exitX=0.5;exitY=1;exitDx=0;exitDy=0;entryX=0.347;entryY=0.003;entryDx=0;entryDy=0;entryPerimeter=0;" target="entity-task-files">
          <mxGeometry relative="1" as="geometry" />
        </mxCell>
        <mxCell id="attr-file-type" parent="1" style="ellipse;whiteSpace=wrap;html=1;fillColor=#e1d5e7;strokeColor=#9673a6;fontSize=10" value="&lt;font style=&quot;font-size: 13px;&quot;&gt;文件类型&lt;/font&gt;" vertex="1">
          <mxGeometry height="50" width="80" x="1280" y="100" as="geometry" />
        </mxCell>
        <mxCell id="edge-file-type" edge="1" parent="1" source="attr-file-type" style="endArrow=none;html=1;rounded=0;exitX=0.5;exitY=1;exitDx=0;exitDy=0;entryX=0.75;entryY=0;entryDx=0;entryDy=0;" target="entity-task-files">
          <mxGeometry relative="1" as="geometry" />
        </mxCell>
        <mxCell id="attr-file-path" parent="1" style="ellipse;whiteSpace=wrap;html=1;fillColor=#e1d5e7;strokeColor=#9673a6;fontSize=10" value="&lt;font style=&quot;font-size: 13px;&quot;&gt;文件路径&lt;/font&gt;" vertex="1">
          <mxGeometry height="50" width="80" x="1120" y="280" as="geometry" />
        </mxCell>
        <mxCell id="edge-file-path" edge="1" parent="1" source="attr-file-path" style="endArrow=none;html=1;rounded=0;exitX=0.5;exitY=0;exitDx=0;exitDy=0;entryX=0;entryY=1;entryDx=0;entryDy=0;" target="entity-task-files">
          <mxGeometry relative="1" as="geometry" />
        </mxCell>
        <mxCell id="attr-file-size" parent="1" style="ellipse;whiteSpace=wrap;html=1;fillColor=#e1d5e7;strokeColor=#9673a6;fontSize=10" value="&lt;font style=&quot;font-size: 13px;&quot;&gt;文件大小&lt;/font&gt;" vertex="1">
          <mxGeometry height="50" width="80" x="1220" y="280" as="geometry" />
        </mxCell>
        <mxCell id="edge-file-size" edge="1" parent="1" source="attr-file-size" style="endArrow=none;html=1;rounded=0;exitX=0.5;exitY=0;exitDx=0;exitDy=0;entryX=0.5;entryY=1;entryDx=0;entryDy=0;" target="entity-task-files">
          <mxGeometry relative="1" as="geometry" />
        </mxCell>
        <mxCell id="attr-role-id" parent="1" style="ellipse;whiteSpace=wrap;html=1;fillColor=#e1d5e7;strokeColor=#9673a6;fontSize=10" value="&lt;font style=&quot;font-size: 13px;&quot;&gt;角色ID&lt;/font&gt;" vertex="1">
          <mxGeometry height="50" width="80" x="640" y="520" as="geometry" />
        </mxCell>
        <mxCell id="edge-role-id" edge="1" parent="1" source="attr-role-id" style="endArrow=none;html=1;rounded=0;exitX=0.5;exitY=0;exitDx=0;exitDy=0;entryX=0.25;entryY=1;entryDx=0;entryDy=0;" target="entity-roles">
          <mxGeometry relative="1" as="geometry" />
        </mxCell>
        <mxCell id="attr-role-name" parent="1" style="ellipse;whiteSpace=wrap;html=1;fillColor=#e1d5e7;strokeColor=#9673a6;fontSize=10" value="&lt;font style=&quot;font-size: 13px;&quot;&gt;角色名称&lt;/font&gt;" vertex="1">
          <mxGeometry height="50" width="80" x="740" y="520" as="geometry" />
        </mxCell>
        <mxCell id="edge-role-name" edge="1" parent="1" source="attr-role-name" style="endArrow=none;html=1;rounded=0;exitX=0.5;exitY=0;exitDx=0;exitDy=0;entryX=0.75;entryY=1;entryDx=0;entryDy=0;" target="entity-roles">
          <mxGeometry relative="1" as="geometry" />
        </mxCell>
        <mxCell id="attr-perm-id" parent="1" style="ellipse;whiteSpace=wrap;html=1;fillColor=#e1d5e7;strokeColor=#9673a6;fontSize=10" value="&lt;font style=&quot;font-size: 13px;&quot;&gt;权限ID&lt;/font&gt;" vertex="1">
          <mxGeometry height="50" width="80" x="1040" y="520" as="geometry" />
        </mxCell>
        <mxCell id="edge-perm-id" edge="1" parent="1" source="attr-perm-id" style="endArrow=none;html=1;rounded=0;exitX=0.5;exitY=0;exitDx=0;exitDy=0;entryX=0.25;entryY=1;entryDx=0;entryDy=0;" target="entity-permissions">
          <mxGeometry relative="1" as="geometry" />
        </mxCell>
        <mxCell id="attr-perm-name" parent="1" style="ellipse;whiteSpace=wrap;html=1;fillColor=#e1d5e7;strokeColor=#9673a6;fontSize=10" value="&lt;font style=&quot;font-size: 13px;&quot;&gt;权限名称&lt;/font&gt;" vertex="1">
          <mxGeometry height="50" width="80" x="1130" y="520" as="geometry" />
        </mxCell>
        <mxCell id="edge-perm-name" edge="1" parent="1" source="attr-perm-name" style="endArrow=none;html=1;rounded=0;exitX=0.5;exitY=0;exitDx=0;exitDy=0;entryX=0.75;entryY=1;entryDx=0;entryDy=0;" target="entity-permissions">
          <mxGeometry relative="1" as="geometry" />
        </mxCell>
        <mxCell id="attr-log-id" parent="1" style="ellipse;whiteSpace=wrap;html=1;fillColor=#e1d5e7;strokeColor=#9673a6;fontSize=10" value="&lt;font style=&quot;font-size: 13px;&quot;&gt;日志ID&lt;/font&gt;" vertex="1">
          <mxGeometry height="50" width="80" x="200" y="750" as="geometry" />
        </mxCell>
        <mxCell id="edge-log-id" edge="1" parent="1" source="attr-log-id" style="endArrow=none;html=1;rounded=0;exitX=1;exitY=0.5;exitDx=0;exitDy=0;entryX=0;entryY=1;entryDx=0;entryDy=0;" target="entity-audit-logs">
          <mxGeometry relative="1" as="geometry" />
        </mxCell>
        <mxCell id="attr-action" parent="1" style="ellipse;whiteSpace=wrap;html=1;fillColor=#e1d5e7;strokeColor=#9673a6;fontSize=10" value="&lt;font style=&quot;font-size: 13px;&quot;&gt;操作类型&lt;/font&gt;" vertex="1">
          <mxGeometry height="50" width="80" x="630" y="750" as="geometry" />
        </mxCell>
        <mxCell id="edge-action" edge="1" parent="1" source="attr-action" style="endArrow=none;html=1;rounded=0;exitX=0;exitY=0.5;exitDx=0;exitDy=0;entryX=1;entryY=1;entryDx=0;entryDy=0;" target="entity-audit-logs">
          <mxGeometry relative="1" as="geometry" />
+         </mxCell>
+         <mxCell id="5v2Ozm6RyAiJpgGpwl---2" parent="1" style="ellipse;whiteSpace=wrap;html=1;fillColor=#e1d5e7;strokeColor=#9673a6;fontSize=10" value="&lt;font style=&quot;font-size: 13px;&quot;&gt;错误信息&lt;/font&gt;" vertex="1">
+           <mxGeometry height="50" width="80" x="811" y="280" as="geometry" />
+         </mxCell>
+         <mxCell id="5v2Ozm6RyAiJpgGpwl---3" edge="1" parent="1" source="5v2Ozm6RyAiJpgGpwl---2" style="endArrow=none;html=1;rounded=0;exitX=0.5;exitY=0;exitDx=0;exitDy=0;entryX=0.5;entryY=1;entryDx=0;entryDy=0;" target="entity-tasks">
+           <mxGeometry relative="1" as="geometry">
+             <mxPoint x="846" y="310" as="targetPoint" />
+           </mxGeometry>
        </mxCell>
      </root>
    </mxGraphModel>
  </diagram>
</mxfile>
